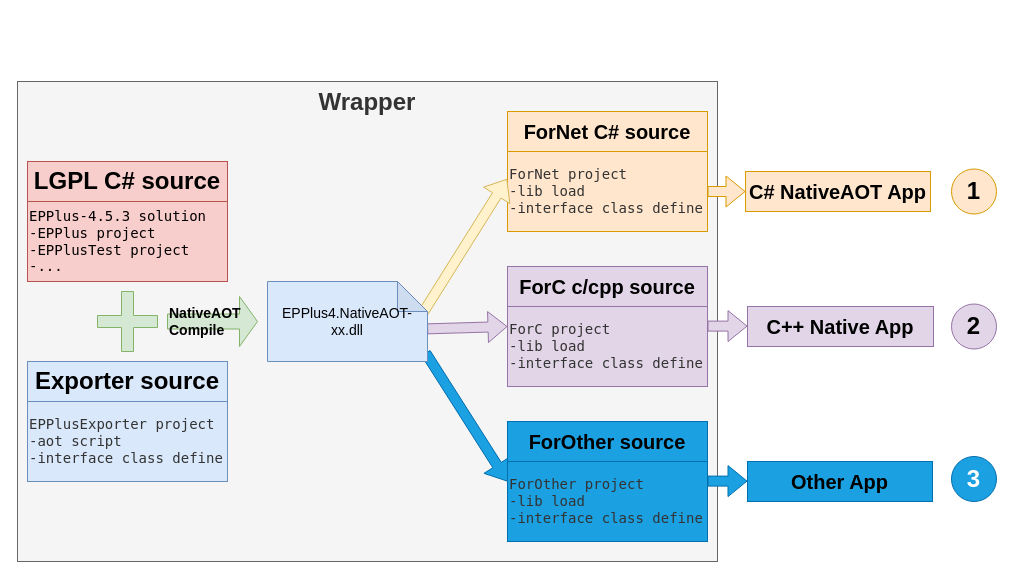
orunco/EPPlus4AOTWrapper keeps this draw.io diagram as Preview.drawio. Above is the earlier version. Source tidied: cells renumbered, new cells numbered last; positions are measured from the earlier drawing's top-left corner, leaving out a move shared by most shapes. Both pictures are drawn from the tidied source at 100%, with x=0, y=0 at pixel (17, 81).
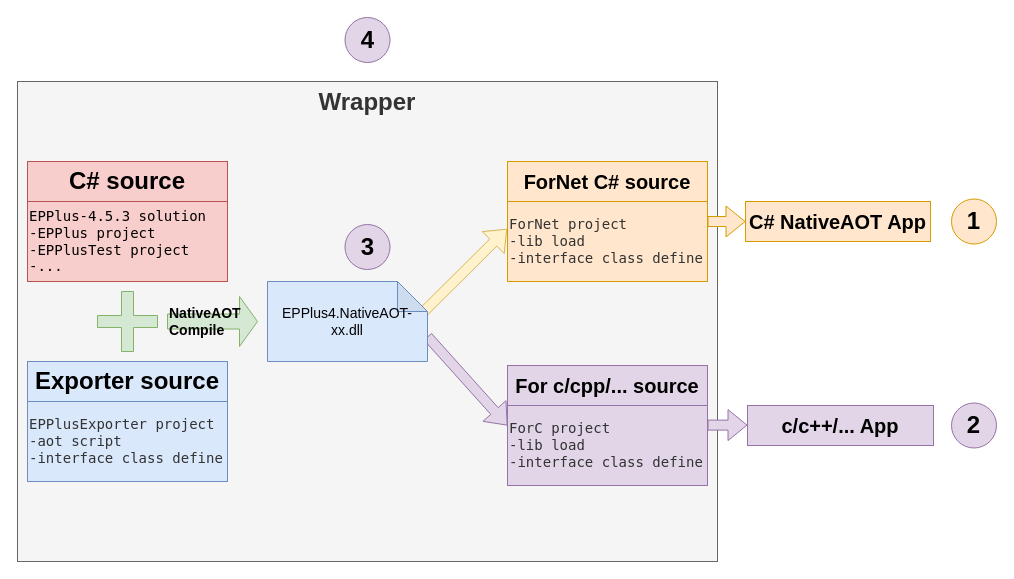
The same page after the edit.

Unchanged cells that the change refers to:
```xml
<mxCell id="3" style="group;" parent="1" vertex="1">
  <mxGeometry x="10" y="80" width="200" height="120" as="geometry" />
</mxCell>
<mxCell id="13" value="&lt;font style=&quot;color: rgb(51, 51, 51);&quot; face=&quot;Lucida Console&quot;&gt;ForNet project&lt;/font&gt;&lt;div style=&quot;color: rgb(51, 51, 51);&quot;&gt;&lt;font face=&quot;Lucida Console&quot;&gt;-lib load&amp;nbsp;&lt;/font&gt;&lt;/div&gt;&lt;div&gt;&lt;font style=&quot;&quot; face=&quot;Lucida Console&quot;&gt;&lt;font color=&quot;#333333&quot;&gt;-&lt;/font&gt;&lt;font style=&quot;color: light-dark(rgb(51, 51, 51), rgb(255, 0, 0));&quot;&gt;interface class define&lt;/font&gt;&lt;/font&gt;&lt;/div&gt;" style="rounded=0;whiteSpace=wrap;html=1;align=left;fillColor=#ffe6cc;strokeColor=#d79b00;fontSize=14;" parent="11" vertex="1">
  <mxGeometry y="40" width="200" height="80" as="geometry" />
</mxCell>
<mxCell id="23" value="EPPlus4.NativeAOT-xx.dll" style="shape=note;whiteSpace=wrap;html=1;backgroundOutline=1;darkOpacity=0.05;fontSize=14;align=center;fillColor=#dae8fc;strokeColor=#6c8ebf;verticalAlign=middle;" parent="1" vertex="1">
  <mxGeometry x="250" y="200" width="160" height="80" as="geometry" />
</mxCell>
<mxCell id="29" value="&lt;font style=&quot;color: rgb(51, 51, 51);&quot; face=&quot;Lucida Console&quot;&gt;ForC project&lt;/font&gt;&lt;div style=&quot;color: rgb(51, 51, 51);&quot;&gt;&lt;font face=&quot;Lucida Console&quot;&gt;-lib load&amp;nbsp;&lt;/font&gt;&lt;/div&gt;&lt;div&gt;&lt;font style=&quot;&quot; face=&quot;Lucida Console&quot;&gt;&lt;font color=&quot;#333333&quot;&gt;-&lt;/font&gt;&lt;font style=&quot;color: light-dark(rgb(51, 51, 51), rgb(255, 0, 0));&quot;&gt;interface class define&lt;/font&gt;&lt;/font&gt;&lt;/div&gt;" style="rounded=0;whiteSpace=wrap;html=1;align=left;fillColor=#e1d5e7;strokeColor=#9673a6;fontSize=14;" parent="27" vertex="1">
  <mxGeometry y="40" width="200" height="80" as="geometry" />
</mxCell>
```

Diff of the diagram source:
```diff
@@
-    <mxCell id="4" value="&lt;span style=&quot;font-size: 24px; font-weight: 700; text-wrap-mode: nowrap;&quot;&gt;LGPL C# source&lt;/span&gt;" style="rounded=0;whiteSpace=wrap;html=1;strokeColor=#b85450;align=center;verticalAlign=middle;fontFamily=Helvetica;fontSize=14;fillColor=#f8cecc;" parent="3" vertex="1">
+    <mxCell id="4" value="&lt;span style=&quot;font-size: 24px; font-weight: 700; text-wrap-mode: nowrap;&quot;&gt;C# source&lt;/span&gt;" style="rounded=0;whiteSpace=wrap;html=1;strokeColor=#b85450;align=center;verticalAlign=middle;fontFamily=Helvetica;fontSize=14;fillColor=#f8cecc;" parent="3" vertex="1">
       <mxGeometry width="200" height="40" as="geometry" />
     </mxCell>
@@
     <mxCell id="11" style="group;fillColor=#fff2cc;strokeColor=#d6b656;" parent="1" vertex="1">
-      <mxGeometry x="490" y="30" width="200" height="120" as="geometry" />
+      <mxGeometry x="490" y="80" width="200" height="120" as="geometry" />
     </mxCell>
@@
     <mxCell id="15" style="group;fillColor=#e1d5e7;strokeColor=#9673a6;" parent="1" vertex="1">
-      <mxGeometry x="490" y="185" width="200" height="120" as="geometry" />
+      <mxGeometry x="490" y="284" width="200" height="120" as="geometry" />
     </mxCell>
-    <mxCell id="16" style="group;fillColor=#f5f5f5;strokeColor=#666666;fontColor=#333333;" parent="1" vertex="1">
-      <mxGeometry x="490" y="340" width="200" height="120" as="geometry" />
-    </mxCell>
-    <mxCell id="17" style="shape=flexArrow;endArrow=classic;html=1;rounded=0;entryX=0;entryY=0.25;entryDx=0;entryDy=0;fillColor=#e1d5e7;strokeColor=#9673a6;exitX=0.998;exitY=0.592;exitDx=0;exitDy=0;exitPerimeter=0;" parent="1" edge="1" source="23" target="29">
+    <mxCell id="17" style="shape=flexArrow;endArrow=classic;html=1;rounded=0;entryX=0;entryY=0.25;entryDx=0;entryDy=0;fillColor=#e1d5e7;strokeColor=#9673a6;exitX=0;exitY=0;exitDx=160;exitDy=55;exitPerimeter=0;" parent="1" edge="1" source="23" target="29">
       <mxGeometry relative="1" as="geometry" />
     </mxCell>
-    <mxCell id="18" style="shape=flexArrow;endArrow=classic;html=1;rounded=0;entryX=0;entryY=0.25;entryDx=0;entryDy=0;fillColor=light-dark(#1BA1E2,#1BAFF7);strokeColor=#006EAF;exitX=0.988;exitY=0.891;exitDx=0;exitDy=0;exitPerimeter=0;" parent="1" edge="1" source="23" target="33">
-      <mxGeometry relative="1" as="geometry" />
-    </mxCell>
-    <mxCell id="19" value="&lt;div style=&quot;text-align: left;&quot;&gt;&lt;span style=&quot;background-color: transparent; color: light-dark(rgb(0, 0, 0), rgb(255, 255, 255)); text-wrap-mode: nowrap;&quot;&gt;&lt;b style=&quot;&quot;&gt;&lt;font style=&quot;font-size: 20px;&quot;&gt;C++ Native App&lt;/font&gt;&lt;/b&gt;&lt;/span&gt;&lt;/div&gt;" style="rounded=0;whiteSpace=wrap;html=1;strokeColor=#9673a6;align=center;verticalAlign=middle;fontFamily=Helvetica;fontSize=14;fillColor=#e1d5e7;fontColor=default;" parent="1" vertex="1">
-      <mxGeometry x="730" y="225" width="186" height="40" as="geometry" />
+    <mxCell id="19" value="&lt;div style=&quot;text-align: left;&quot;&gt;&lt;span style=&quot;background-color: transparent; color: light-dark(rgb(0, 0, 0), rgb(255, 255, 255)); text-wrap-mode: nowrap;&quot;&gt;&lt;b style=&quot;&quot;&gt;&lt;font style=&quot;font-size: 20px;&quot;&gt;c/c++/... App&lt;/font&gt;&lt;/b&gt;&lt;/span&gt;&lt;/div&gt;" style="rounded=0;whiteSpace=wrap;html=1;strokeColor=#9673a6;align=center;verticalAlign=middle;fontFamily=Helvetica;fontSize=14;fillColor=#e1d5e7;fontColor=default;" parent="1" vertex="1">
+      <mxGeometry x="730" y="324" width="186" height="40" as="geometry" />
     </mxCell>
-    <mxCell id="20" value="&lt;div style=&quot;text-align: left;&quot;&gt;&lt;span style=&quot;background-color: transparent; color: light-dark(rgb(0, 0, 0), rgb(255, 255, 255)); text-wrap-mode: nowrap;&quot;&gt;&lt;b style=&quot;&quot;&gt;&lt;font style=&quot;font-size: 20px;&quot;&gt;Other App&lt;/font&gt;&lt;/b&gt;&lt;/span&gt;&lt;/div&gt;" style="rounded=0;whiteSpace=wrap;html=1;strokeColor=#006EAF;align=center;verticalAlign=middle;fontFamily=Helvetica;fontSize=14;fillColor=light-dark(#1BA1E2,#1BAFF7);fontColor=#ffffff;" parent="1" vertex="1">
-      <mxGeometry x="730" y="380" width="185" height="40" as="geometry" />
-    </mxCell>
     <mxCell id="21" style="shape=flexArrow;endArrow=classic;html=1;rounded=0;exitX=1;exitY=0.375;exitDx=0;exitDy=0;exitPerimeter=0;entryX=0;entryY=0.5;entryDx=0;entryDy=0;fillColor=#e1d5e7;strokeColor=#9673a6;" parent="1" edge="1">
       <mxGeometry relative="1" as="geometry">
-        <mxPoint x="690" y="244.6" as="sourcePoint" />
-        <mxPoint x="730" y="244.6" as="targetPoint" />
+        <mxPoint x="690" y="343.6" as="sourcePoint" />
+        <mxPoint x="730" y="343.6" as="targetPoint" />
       </mxGeometry>
     </mxCell>
-    <mxCell id="22" style="shape=flexArrow;endArrow=classic;html=1;rounded=0;exitX=1;exitY=0.375;exitDx=0;exitDy=0;exitPerimeter=0;entryX=0;entryY=0.5;entryDx=0;entryDy=0;fillColor=light-dark(#1BA1E2,#1BAFF7);strokeColor=#006EAF;" parent="1" edge="1">
-      <mxGeometry relative="1" as="geometry">
-        <mxPoint x="690" y="399.6" as="sourcePoint" />
-        <mxPoint x="730" y="399.6" as="targetPoint" />
-      </mxGeometry>
-    </mxCell>
@@
     <mxCell id="24" value="&lt;div style=&quot;text-align: left;&quot;&gt;&lt;span style=&quot;background-color: transparent; color: light-dark(rgb(0, 0, 0), rgb(255, 255, 255)); text-wrap-mode: nowrap;&quot;&gt;&lt;b style=&quot;&quot;&gt;&lt;font style=&quot;font-size: 20px;&quot;&gt;C# NativeAOT App&lt;/font&gt;&lt;/b&gt;&lt;/span&gt;&lt;/div&gt;" style="rounded=0;whiteSpace=wrap;html=1;strokeColor=#d79b00;align=center;verticalAlign=middle;fontFamily=Helvetica;fontSize=14;fillColor=#ffe6cc;" parent="1" vertex="1">
-      <mxGeometry x="728" y="90" width="185" height="40" as="geometry" />
+      <mxGeometry x="728" y="120" width="185" height="40" as="geometry" />
     </mxCell>
-    <mxCell id="25" style="shape=flexArrow;endArrow=classic;html=1;rounded=0;exitX=1;exitY=0.5;exitDx=0;exitDy=0;entryX=0;entryY=0.5;entryDx=0;entryDy=0;fillColor=#ffe6cc;strokeColor=#d79b00;" parent="1" edge="1" source="13" target="24">
+    <mxCell id="25" style="shape=flexArrow;endArrow=classic;html=1;rounded=0;exitX=1;exitY=0.25;exitDx=0;exitDy=0;entryX=0;entryY=0.5;entryDx=0;entryDy=0;fillColor=#ffe6cc;strokeColor=#d79b00;" parent="1" edge="1" source="13" target="24">
       <mxGeometry relative="1" as="geometry" />
     </mxCell>
     <mxCell id="26" value="1" style="ellipse;whiteSpace=wrap;html=1;fontStyle=1;fontSize=24;fillColor=#ffe6cc;strokeColor=#d79b00;" parent="1" vertex="1">
-      <mxGeometry x="934" y="87.5" width="45" height="45" as="geometry" />
+      <mxGeometry x="934" y="117.5" width="45" height="45" as="geometry" />
     </mxCell>
     <mxCell id="27" style="group;" parent="1" vertex="1">
-      <mxGeometry x="490" y="185" width="200" height="120" as="geometry" />
+      <mxGeometry x="490" y="284" width="200" height="120" as="geometry" />
     </mxCell>
-    <mxCell id="28" value="&lt;div style=&quot;text-align: left;&quot;&gt;&lt;span style=&quot;background-color: transparent; color: light-dark(rgb(0, 0, 0), rgb(255, 255, 255)); text-wrap-mode: nowrap;&quot;&gt;&lt;b style=&quot;&quot;&gt;&lt;font style=&quot;font-size: 20px;&quot;&gt;ForC c/cpp source&lt;/font&gt;&lt;/b&gt;&lt;/span&gt;&lt;/div&gt;" style="rounded=0;whiteSpace=wrap;html=1;strokeColor=#9673a6;align=center;verticalAlign=middle;fontFamily=Helvetica;fontSize=14;fillColor=#e1d5e7;" parent="27" vertex="1">
+    <mxCell id="28" value="&lt;div style=&quot;text-align: left;&quot;&gt;&lt;span style=&quot;background-color: transparent; color: light-dark(rgb(0, 0, 0), rgb(255, 255, 255)); text-wrap-mode: nowrap;&quot;&gt;&lt;b style=&quot;&quot;&gt;&lt;font style=&quot;font-size: 20px;&quot;&gt;For c/cpp/... source&lt;/font&gt;&lt;/b&gt;&lt;/span&gt;&lt;/div&gt;" style="rounded=0;whiteSpace=wrap;html=1;strokeColor=#9673a6;align=center;verticalAlign=middle;fontFamily=Helvetica;fontSize=14;fillColor=#e1d5e7;" parent="27" vertex="1">
       <mxGeometry width="200" height="40" as="geometry" />
     </mxCell>
@@
     <mxCell id="30" value="2" style="ellipse;whiteSpace=wrap;html=1;fontStyle=1;fontSize=24;fillColor=#e1d5e7;strokeColor=#9673a6;" parent="1" vertex="1">
-      <mxGeometry x="934" y="222.5" width="45" height="45" as="geometry" />
+      <mxGeometry x="934" y="321.5" width="45" height="45" as="geometry" />
     </mxCell>
-    <mxCell id="31" value="3" style="ellipse;whiteSpace=wrap;html=1;fontStyle=1;fontSize=24;fillColor=light-dark(#1BA1E2,#1BAFF7);strokeColor=#006EAF;fontColor=#ffffff;" parent="1" vertex="1">
-      <mxGeometry x="934" y="375" width="45" height="45" as="geometry" />
+    <mxCell id="31" value="3" style="ellipse;whiteSpace=wrap;html=1;fontStyle=1;fontSize=24;fillColor=#e1d5e7;strokeColor=#9673a6;" parent="1" vertex="1">
+      <mxGeometry x="327.5" y="143" width="45" height="45" as="geometry" />
     </mxCell>
-    <mxCell id="32" value="&lt;div style=&quot;text-align: left;&quot;&gt;&lt;span style=&quot;background-color: transparent; color: light-dark(rgb(0, 0, 0), rgb(255, 255, 255)); text-wrap-mode: nowrap;&quot;&gt;&lt;b style=&quot;&quot;&gt;&lt;font style=&quot;font-size: 20px;&quot;&gt;ForOther source&lt;/font&gt;&lt;/b&gt;&lt;/span&gt;&lt;/div&gt;" style="rounded=0;whiteSpace=wrap;html=1;strokeColor=#006EAF;align=center;verticalAlign=middle;fontFamily=Helvetica;fontSize=14;fillColor=light-dark(#1BA1E2,#1BAFF7);fontColor=#ffffff;" parent="1" vertex="1">
-      <mxGeometry x="490" y="340" width="200" height="40" as="geometry" />
-    </mxCell>
-    <mxCell id="33" value="&lt;font style=&quot;color: rgb(51, 51, 51);&quot; face=&quot;Lucida Console&quot;&gt;ForOther project&lt;/font&gt;&lt;div style=&quot;color: rgb(51, 51, 51);&quot;&gt;&lt;font face=&quot;Lucida Console&quot;&gt;-lib load&amp;nbsp;&lt;/font&gt;&lt;/div&gt;&lt;div&gt;&lt;font style=&quot;&quot; face=&quot;Lucida Console&quot;&gt;&lt;font color=&quot;#333333&quot;&gt;-&lt;/font&gt;&lt;font style=&quot;color: light-dark(rgb(51, 51, 51), rgb(255, 0, 0));&quot;&gt;interface class define&lt;/font&gt;&lt;/font&gt;&lt;/div&gt;" style="rounded=0;whiteSpace=wrap;html=1;align=left;fillColor=light-dark(#1BA1E2,#1BAFF7);strokeColor=#006EAF;fontSize=14;fontColor=#ffffff;" parent="1" vertex="1">
-      <mxGeometry x="490" y="380" width="200" height="80" as="geometry" />
-    </mxCell>
+    <mxCell id="34" value="4" style="ellipse;whiteSpace=wrap;html=1;fontStyle=1;fontSize=24;fillColor=#e1d5e7;strokeColor=#9673a6;" parent="1" vertex="1">
+      <mxGeometry x="327.5" y="-64" width="45" height="45" as="geometry" />
+    </mxCell>
```
